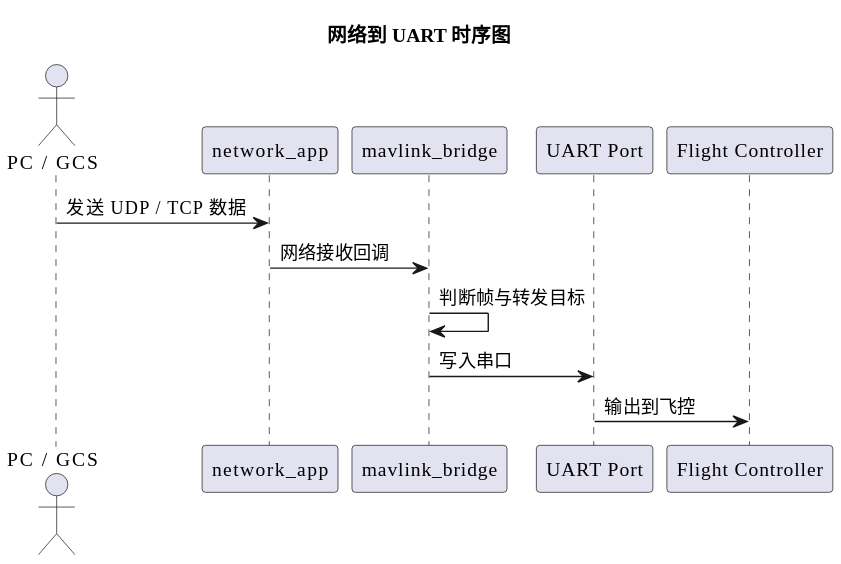
B0weny-qwq/SunrayNext-FlyControl-Helper keeps this PlantUML diagram as docs/diagrams/rendered/network-to-uart-sequence.svg. Above is the earlier version.
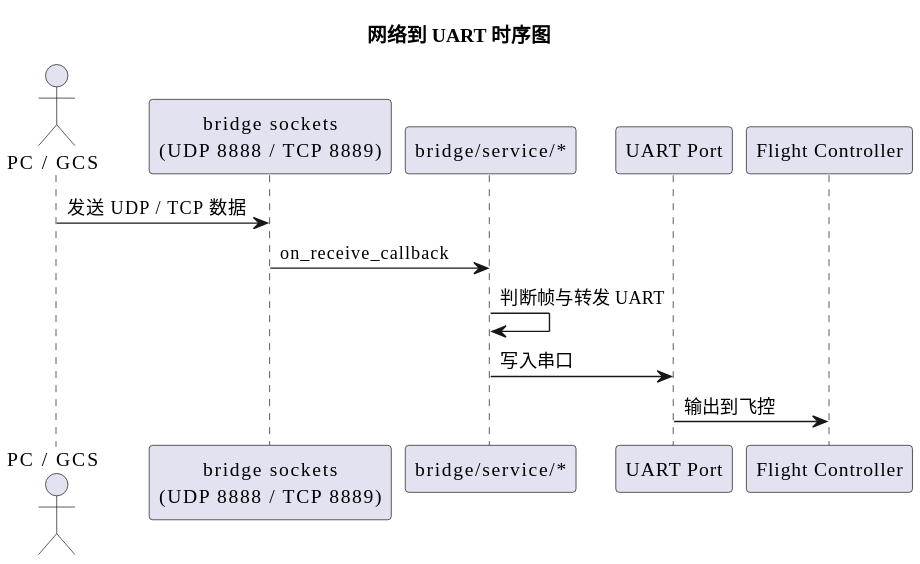
After the commit.

Diff of the diagram source:
```diff
@@ -3,14 +3,14 @@
 !include _theme.iuml
 
 actor "PC / GCS" as Client
-participant "network_app" as Net
-participant "mavlink_bridge" as Bridge
+participant "bridge sockets\n(UDP 8888 / TCP 8889)" as Net
+participant "bridge/service/*" as Bridge
 participant "UART Port" as UART
 participant "Flight Controller" as FC
 
 Client -> Net : 发送 UDP / TCP 数据
-Net -> Bridge : 网络接收回调
-Bridge -> Bridge : 判断帧与转发目标
+Net -> Bridge : on_receive_callback
+Bridge -> Bridge : 判断帧与转发 UART
 Bridge -> UART : 写入串口
 UART -> FC : 输出到飞控
 @enduml
```
